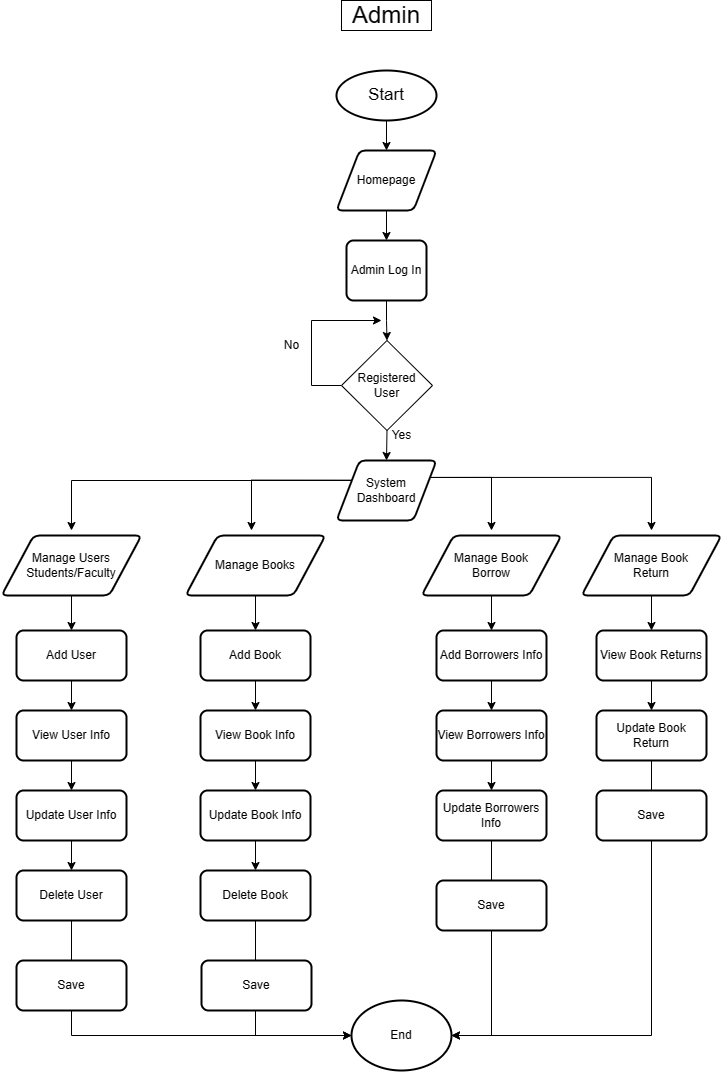
Above: Untitled Diagram.drawio.png in Jayrou12345/Flowchart (draw.io), before the change. Source tidied: cells renumbered, new cells last; positions are measured from the earlier drawing's top-left corner, leaving out a move shared by most shapes.
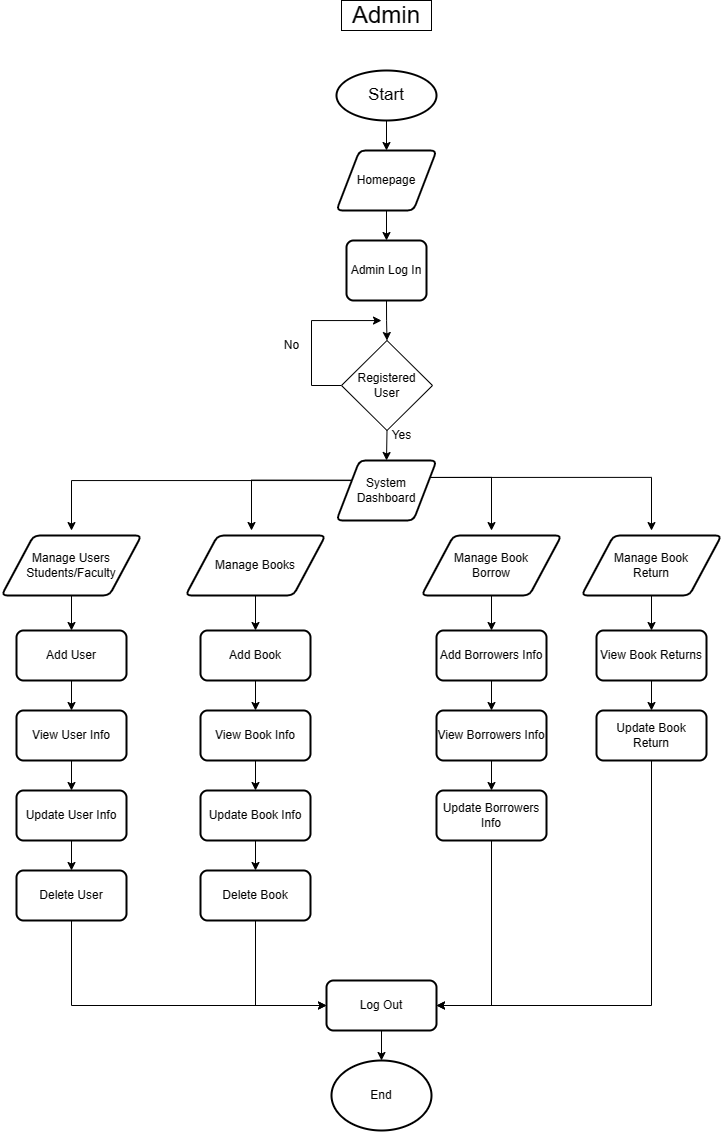
The same diagram one commit later.

What changed in the source:
```diff
@@ -165,19 +165,15 @@
     <mxCell id="43" value="Update Book Info" style="rounded=1;whiteSpace=wrap;html=1;absoluteArcSize=1;arcSize=14;strokeWidth=2;" parent="1" vertex="1">
       <mxGeometry x="199" y="790" width="110" height="50" as="geometry" />
     </mxCell>
-    <mxCell id="44" style="edgeStyle=orthogonalEdgeStyle;rounded=0;jettySize=auto;html=1;exitX=0.5;exitY=1;exitDx=0;exitDy=0;entryX=0;entryY=0.5;entryDx=0;entryDy=0;entryPerimeter=0;" parent="1" edge="1" source="45" target="58">
-      <mxGeometry relative="1" as="geometry">
-        <Array as="points">
-          <mxPoint x="70" y="1035" />
-        </Array>
-      </mxGeometry>
-    </mxCell>
+    <mxCell id="64" style="edgeStyle=orthogonalEdgeStyle;rounded=0;jettySize=auto;html=1;exitX=0.5;exitY=1;exitDx=0;exitDy=0;entryX=0;entryY=0.5;entryDx=0;entryDy=0;" parent="1" edge="1" source="45" target="69">
+      <mxGeometry relative="1" as="geometry" />
+    </mxCell>
     <mxCell id="45" value="Delete User" style="rounded=1;whiteSpace=wrap;html=1;absoluteArcSize=1;arcSize=14;strokeWidth=2;" parent="1" vertex="1">
       <mxGeometry x="15" y="870" width="110" height="50" as="geometry" />
     </mxCell>
-    <mxCell id="46" style="edgeStyle=orthogonalEdgeStyle;rounded=0;jettySize=auto;html=1;exitX=0.5;exitY=1;exitDx=0;exitDy=0;entryX=0;entryY=0.5;entryDx=0;entryDy=0;entryPerimeter=0;" parent="1" edge="1" source="47" target="58">
-      <mxGeometry relative="1" as="geometry" />
-    </mxCell>
+    <mxCell id="65" style="edgeStyle=orthogonalEdgeStyle;rounded=0;jettySize=auto;html=1;exitX=0.5;exitY=1;exitDx=0;exitDy=0;entryX=0;entryY=0.5;entryDx=0;entryDy=0;" parent="1" edge="1" source="47" target="69">
+      <mxGeometry relative="1" as="geometry" />
+    </mxCell>
     <mxCell id="47" value="Delete Book" style="rounded=1;whiteSpace=wrap;html=1;absoluteArcSize=1;arcSize=14;strokeWidth=2;" parent="1" vertex="1">
       <mxGeometry x="199" y="870" width="110" height="50" as="geometry" />
     </mxCell>
@@ -193,9 +189,9 @@
     <mxCell id="51" value="View Borrowers Info" style="rounded=1;whiteSpace=wrap;html=1;absoluteArcSize=1;arcSize=14;strokeWidth=2;" parent="1" vertex="1">
       <mxGeometry x="435" y="710" width="110" height="50" as="geometry" />
     </mxCell>
-    <mxCell id="52" style="edgeStyle=orthogonalEdgeStyle;rounded=0;jettySize=auto;html=1;exitX=0.5;exitY=1;exitDx=0;exitDy=0;entryX=1;entryY=0.5;entryDx=0;entryDy=0;entryPerimeter=0;" parent="1" edge="1" source="62" target="58">
-      <mxGeometry relative="1" as="geometry" />
-    </mxCell>
+    <mxCell id="66" style="edgeStyle=orthogonalEdgeStyle;rounded=0;jettySize=auto;html=1;exitX=0.5;exitY=1;exitDx=0;exitDy=0;entryX=1;entryY=0.5;entryDx=0;entryDy=0;" parent="1" edge="1" source="53" target="69">
+      <mxGeometry relative="1" as="geometry" />
+    </mxCell>
     <mxCell id="53" value="Update Borrowers Info" style="rounded=1;whiteSpace=wrap;html=1;absoluteArcSize=1;arcSize=14;strokeWidth=2;" parent="1" vertex="1">
       <mxGeometry x="435" y="790" width="110" height="50" as="geometry" />
     </mxCell>
@@ -205,33 +201,20 @@
     <mxCell id="55" value="View Book Returns" style="rounded=1;whiteSpace=wrap;html=1;absoluteArcSize=1;arcSize=14;strokeWidth=2;" parent="1" vertex="1">
       <mxGeometry x="595" y="630" width="110" height="50" as="geometry" />
     </mxCell>
-    <mxCell id="56" style="edgeStyle=orthogonalEdgeStyle;rounded=0;jettySize=auto;html=1;exitX=0.5;exitY=1;exitDx=0;exitDy=0;entryX=1;entryY=0.5;entryDx=0;entryDy=0;entryPerimeter=0;" parent="1" edge="1" source="57" target="58">
-      <mxGeometry relative="1" as="geometry" />
-    </mxCell>
+    <mxCell id="67" style="edgeStyle=orthogonalEdgeStyle;rounded=0;jettySize=auto;html=1;exitX=0.5;exitY=1;exitDx=0;exitDy=0;entryX=1;entryY=0.5;entryDx=0;entryDy=0;" parent="1" edge="1" source="57" target="69">
+      <mxGeometry relative="1" as="geometry" />
+    </mxCell>
     <mxCell id="57" value="Update Book Return" style="rounded=1;whiteSpace=wrap;html=1;absoluteArcSize=1;arcSize=14;strokeWidth=2;" parent="1" vertex="1">
       <mxGeometry x="595" y="710" width="110" height="50" as="geometry" />
     </mxCell>
     <mxCell id="58" value="End" style="strokeWidth=2;html=1;shape=mxgraph.flowchart.start_1;whiteSpace=wrap;" parent="1" vertex="1">
-      <mxGeometry x="350" y="1000" width="100" height="70" as="geometry" />
+      <mxGeometry x="330" y="1060" width="100" height="70" as="geometry" />
     </mxCell>
-    <mxCell id="59" value="Save" style="rounded=1;whiteSpace=wrap;html=1;absoluteArcSize=1;arcSize=14;strokeWidth=2;" parent="1" vertex="1">
-      <mxGeometry x="15" y="960" width="110" height="50" as="geometry" />
-    </mxCell>
-    <mxCell id="60" value="Save" style="rounded=1;whiteSpace=wrap;html=1;absoluteArcSize=1;arcSize=14;strokeWidth=2;" parent="1" vertex="1">
-      <mxGeometry x="200" y="960" width="110" height="50" as="geometry" />
-    </mxCell>
-    <mxCell id="61" style="edgeStyle=orthogonalEdgeStyle;rounded=0;jettySize=auto;html=1;exitX=0.5;exitY=1;exitDx=0;exitDy=0;entryX=1;entryY=0.5;entryDx=0;entryDy=0;entryPerimeter=0;" parent="1" edge="1" source="53" target="62">
-      <mxGeometry relative="1" as="geometry">
-        <Array as="points">
-          <mxPoint x="490" y="905" />
-        </Array>
-      </mxGeometry>
-    </mxCell>
-    <mxCell id="62" value="Save" style="rounded=1;whiteSpace=wrap;html=1;absoluteArcSize=1;arcSize=14;strokeWidth=2;" parent="1" vertex="1">
-      <mxGeometry x="435" y="880" width="110" height="50" as="geometry" />
-    </mxCell>
-    <mxCell id="63" value="Save" style="rounded=1;whiteSpace=wrap;html=1;absoluteArcSize=1;arcSize=14;strokeWidth=2;" parent="1" vertex="1">
-      <mxGeometry x="595" y="790" width="110" height="50" as="geometry" />
-    </mxCell>
+    <mxCell id="68" style="edgeStyle=orthogonalEdgeStyle;rounded=0;jettySize=auto;html=1;exitX=0.5;exitY=1;exitDx=0;exitDy=0;entryX=0.5;entryY=0;entryDx=0;entryDy=0;entryPerimeter=0;" parent="1" edge="1" source="69" target="58">
+      <mxGeometry relative="1" as="geometry" />
+    </mxCell>
+    <mxCell id="69" value="Log Out" style="rounded=1;whiteSpace=wrap;html=1;absoluteArcSize=1;arcSize=14;strokeWidth=2;" parent="1" vertex="1">
+      <mxGeometry x="325" y="980" width="110" height="50" as="geometry" />
+    </mxCell>
   </root>
 </mxGraphModel>
```
